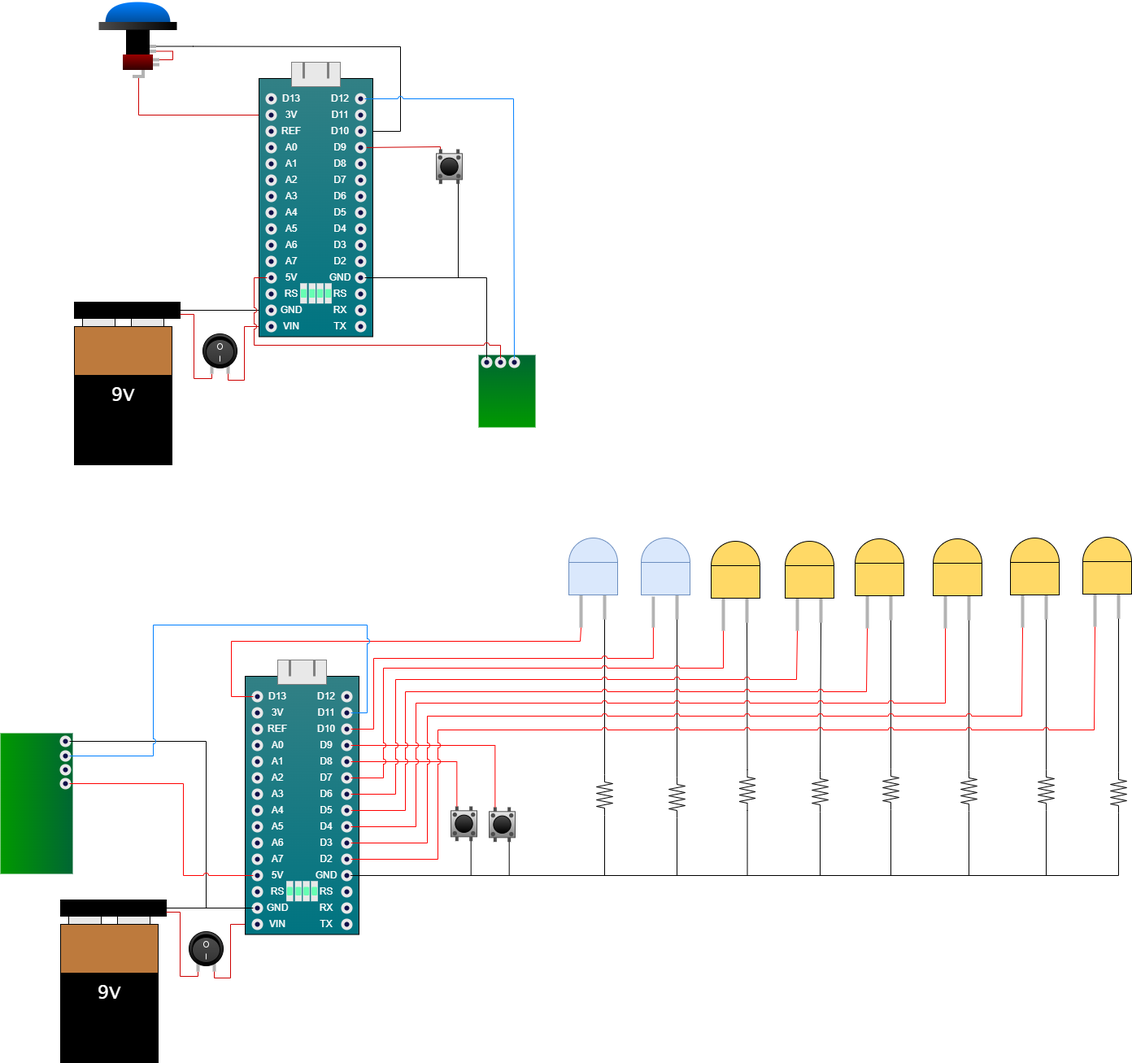
The draw.io diagram diagrams/graphical circuit diagram.png in andreasnicklaus/game-buzzers, before a commit. Source tidied: cells renumbered, new cells last; positions are measured from the earlier drawing's top-left corner, leaving out a move shared by most shapes.
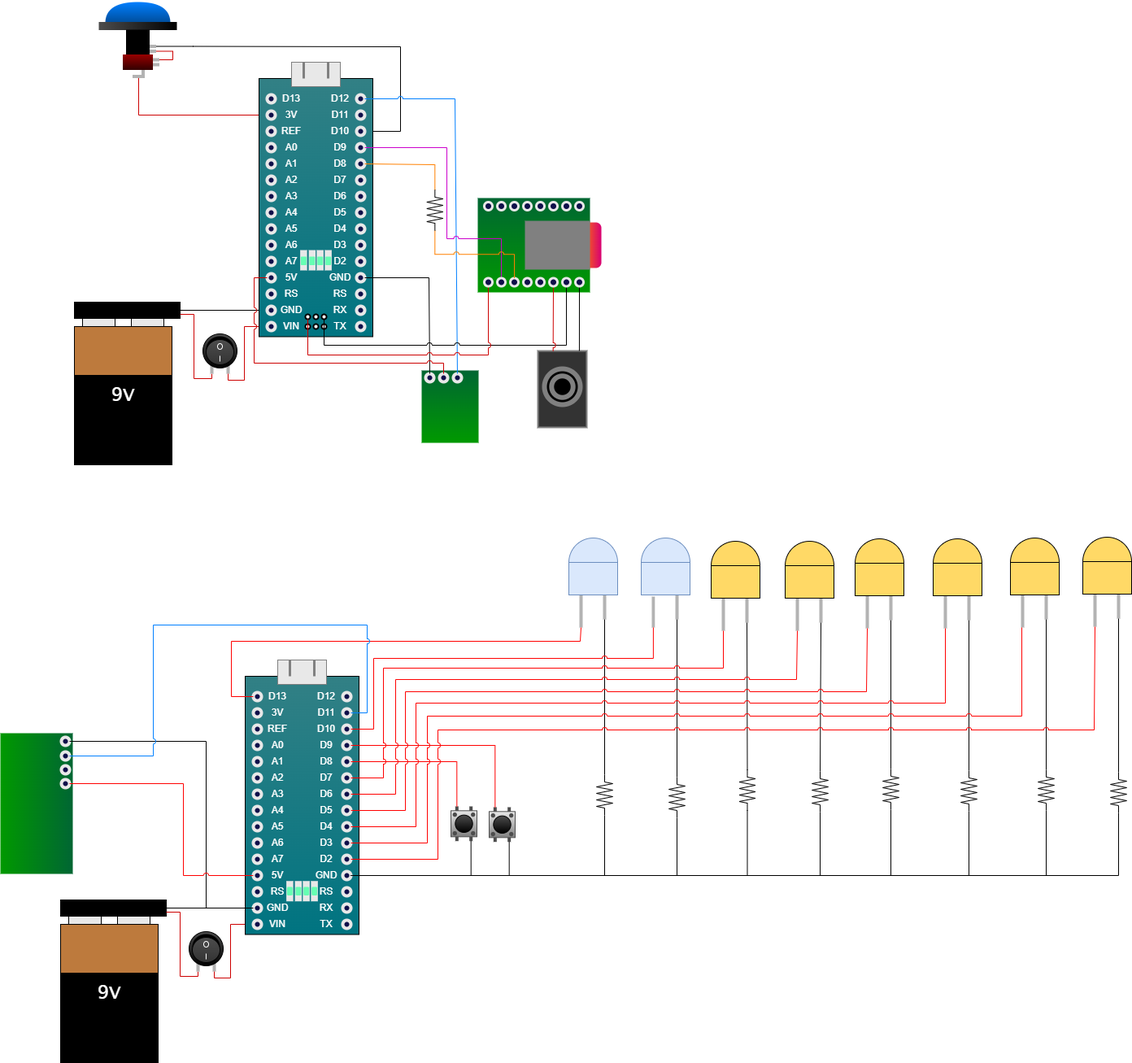
After the commit.

What changed in the source:
```diff
@@ -130,2 +130,5 @@
     </mxCell>
+    <mxCell id="326" style="rounded=0;whiteSpace=wrap;html=1;strokeColor=none;fillColor=#E8E8E8;rotation=90;" parent="33" vertex="1">
+      <mxGeometry x="72.6" y="279.2" width="25" height="8.5" as="geometry" />
+    </mxCell>
     <mxCell id="34" style="endArrow=none;html=1;rounded=0;entryX=0;entryY=0.75;entryDx=0;entryDy=0;strokeColor=#808080;strokeWidth=3;" parent="33" edge="1" target="36">
@@ -141,5 +144,2 @@
     </mxCell>
-    <mxCell id="37" style="rounded=0;whiteSpace=wrap;html=1;strokeColor=none;fillColor=#E8E8E8;rotation=90;" parent="33" vertex="1">
-      <mxGeometry x="72.6" y="280" width="25" height="8.5" as="geometry" />
-    </mxCell>
     <mxCell id="38" style="ellipse;whiteSpace=wrap;html=1;strokeColor=#E8E8E8;fillColor=#0F0F4A;strokeWidth=4;rotation=90;" parent="33" vertex="1">
@@ -192,10 +192,2 @@
     </mxCell>
-    <mxCell id="54" style="edgeStyle=orthogonalEdgeStyle;rounded=0;jettySize=auto;html=1;endArrow=none;endFill=0;strokeColor=#CC0000;" parent="33" edge="1" source="57">
-      <mxGeometry relative="1" as="geometry">
-        <mxPoint x="223" y="108" as="targetPoint" />
-        <Array as="points">
-          <mxPoint x="223" y="104" />
-        </Array>
-      </mxGeometry>
-    </mxCell>
     <mxCell id="55" style="ellipse;whiteSpace=wrap;html=1;strokeColor=#E8E8E8;fillColor=#0F0F4A;strokeWidth=4;rotation=90;" parent="33" vertex="1">
@@ -230,7 +222,2 @@
     </mxCell>
-    <mxCell id="65" style="edgeStyle=orthogonalEdgeStyle;rounded=0;jettySize=auto;html=1;endArrow=none;endFill=0;" parent="33" edge="1" source="66">
-      <mxGeometry relative="1" as="geometry">
-        <mxPoint x="245" y="148" as="targetPoint" />
-      </mxGeometry>
-    </mxCell>
     <mxCell id="66" style="ellipse;whiteSpace=wrap;html=1;strokeColor=#E8E8E8;fillColor=#0F0F4A;strokeWidth=4;rotation=90;" parent="33" vertex="1">
@@ -349,70 +336,49 @@
     </mxCell>
+    <mxCell id="327" style="group;" parent="33" vertex="1">
+      <mxGeometry x="50.6" y="231" width="38.8" height="25" as="geometry" />
+    </mxCell>
+    <mxCell id="37" style="rounded=0;whiteSpace=wrap;html=1;strokeColor=none;fillColor=#E8E8E8;rotation=90;" parent="327" vertex="1">
+      <mxGeometry x="22" y="8.2" width="25" height="8.5" as="geometry" />
+    </mxCell>
-    <mxCell id="102" style="rounded=1;whiteSpace=wrap;html=1;strokeColor=none;fillColor=#66FFB3;rotation=90;" parent="33" vertex="1">
-      <mxGeometry x="79.9" y="280.8" width="10.5" height="7" as="geometry" />
+    <mxCell id="102" style="rounded=1;whiteSpace=wrap;html=1;strokeColor=none;fillColor=#66FFB3;rotation=90;" parent="327" vertex="1">
+      <mxGeometry x="29.2" y="9.8" width="10.5" height="7" as="geometry" />
     </mxCell>
-    <mxCell id="103" style="rounded=0;whiteSpace=wrap;html=1;strokeColor=none;fillColor=#E8E8E8;rotation=90;" parent="33" vertex="1">
-      <mxGeometry x="62.6" y="280" width="25" height="8.5" as="geometry" />
-    </mxCell>
-    <mxCell id="104" style="rounded=1;whiteSpace=wrap;html=1;strokeColor=none;fillColor=#66FFB3;rotation=90;" parent="33" vertex="1">
-      <mxGeometry x="69.9" y="280.8" width="10.5" height="7" as="geometry" />
-    </mxCell>
-    <mxCell id="105" style="rounded=0;whiteSpace=wrap;html=1;strokeColor=none;fillColor=#E8E8E8;rotation=90;" parent="33" vertex="1">
-      <mxGeometry x="52.9" y="280" width="25" height="8.5" as="geometry" />
-    </mxCell>
-    <mxCell id="106" style="rounded=1;whiteSpace=wrap;html=1;strokeColor=none;fillColor=#66FFB3;rotation=90;" parent="33" vertex="1">
-      <mxGeometry x="60.1" y="280.8" width="10.5" height="7" as="geometry" />
-    </mxCell>
-    <mxCell id="107" style="rounded=0;whiteSpace=wrap;html=1;strokeColor=none;fillColor=#E8E8E8;rotation=90;" parent="33" vertex="1">
-      <mxGeometry x="42.4" y="280" width="25" height="8.5" as="geometry" />
-    </mxCell>
-    <mxCell id="108" style="rounded=1;whiteSpace=wrap;html=1;strokeColor=none;fillColor=#66FFB3;rotation=90;" parent="33" vertex="1">
-      <mxGeometry x="49.6" y="280.8" width="10.5" height="7" as="geometry" />
-    </mxCell>
-    <mxCell id="109" style="group;" parent="1" vertex="1">
-      <mxGeometry x="578" y="208" width="32" height="42.7" as="geometry" />
-    </mxCell>
-    <mxCell id="110" style="rounded=0;whiteSpace=wrap;html=1;gradientColor=#808080;fillColor=#E8E8E8;strokeColor=#4D4D4D;" parent="109" vertex="1">
-      <mxGeometry y="5.3" width="32" height="32" as="geometry" />
-    </mxCell>
-    <mxCell id="111" style="ellipse;whiteSpace=wrap;html=1;fillColor=#4D4D4D;gradientColor=default;" parent="109" vertex="1">
-      <mxGeometry x="5.3" y="10.7" width="21.3" height="21.3" as="geometry" />
-    </mxCell>
-    <mxCell id="112" style="ellipse;whiteSpace=wrap;html=1;fillColor=#4D4D4D;strokeColor=none;" parent="109" vertex="1">
-      <mxGeometry x="2.1" y="7.5" width="5.3" height="5.3" as="geometry" />
-    </mxCell>
-    <mxCell id="113" style="ellipse;whiteSpace=wrap;html=1;fillColor=#4D4D4D;strokeColor=none;" parent="109" vertex="1">
-      <mxGeometry x="2.1" y="30.4" width="5.3" height="5.3" as="geometry" />
-    </mxCell>
-    <mxCell id="114" style="ellipse;whiteSpace=wrap;html=1;fillColor=#4D4D4D;strokeColor=none;" parent="109" vertex="1">
-      <mxGeometry x="24.5" y="7.5" width="5.3" height="5.3" as="geometry" />
-    </mxCell>
-    <mxCell id="115" style="ellipse;whiteSpace=wrap;html=1;fillColor=#4D4D4D;strokeColor=none;" parent="109" vertex="1">
-      <mxGeometry x="24.5" y="30.4" width="5.3" height="5.3" as="geometry" />
-    </mxCell>
-    <mxCell id="116" style="endArrow=none;html=1;rounded=0;strokeColor=#4D4D4D;strokeWidth=4;" parent="109" edge="1">
-      <mxGeometry relative="1" as="geometry">
-        <mxPoint x="26.7" y="42.7" as="sourcePoint" />
-        <mxPoint x="26.7" y="37.3" as="targetPoint" />
-      </mxGeometry>
-    </mxCell>
-    <mxCell id="117" style="endArrow=none;html=1;rounded=0;strokeColor=#4D4D4D;strokeWidth=4;" parent="109" edge="1">
-      <mxGeometry relative="1" as="geometry">
-        <mxPoint x="5.3" y="42.7" as="sourcePoint" />
-        <mxPoint x="5.3" y="37.3" as="targetPoint" />
-      </mxGeometry>
-    </mxCell>
-    <mxCell id="118" style="endArrow=none;html=1;rounded=0;strokeColor=#4D4D4D;strokeWidth=4;" parent="109" edge="1">
-      <mxGeometry relative="1" as="geometry">
-        <mxPoint x="5.3" y="5.3" as="sourcePoint" />
-        <mxPoint x="5.3" as="targetPoint" />
-      </mxGeometry>
-    </mxCell>
-    <mxCell id="119" style="endArrow=none;html=1;rounded=0;strokeColor=#4D4D4D;strokeWidth=4;" parent="109" edge="1">
-      <mxGeometry relative="1" as="geometry">
-        <mxPoint x="26.7" y="5.3" as="sourcePoint" />
-        <mxPoint x="26.7" as="targetPoint" />
-      </mxGeometry>
-    </mxCell>
+    <mxCell id="328" style="rounded=0;whiteSpace=wrap;html=1;strokeColor=none;fillColor=#E8E8E8;rotation=90;" parent="327" vertex="1">
+      <mxGeometry x="-8.2" y="8.2" width="25" height="8.5" as="geometry" />
+    </mxCell>
+    <mxCell id="329" style="rounded=0;whiteSpace=wrap;html=1;strokeColor=none;fillColor=#E8E8E8;rotation=90;" parent="327" vertex="1">
+      <mxGeometry x="2.2" y="8.2" width="25" height="8.5" as="geometry" />
+    </mxCell>
+    <mxCell id="330" style="rounded=0;whiteSpace=wrap;html=1;strokeColor=none;fillColor=#E8E8E8;rotation=90;" parent="327" vertex="1">
+      <mxGeometry x="12" y="8.2" width="25" height="8.5" as="geometry" />
+    </mxCell>
+    <mxCell id="331" style="rounded=1;whiteSpace=wrap;html=1;strokeColor=none;fillColor=#66FFB3;rotation=90;" parent="327" vertex="1">
+      <mxGeometry x="-1" y="9.8" width="10.5" height="7" as="geometry" />
+    </mxCell>
+    <mxCell id="332" style="rounded=1;whiteSpace=wrap;html=1;strokeColor=none;fillColor=#66FFB3;rotation=90;" parent="327" vertex="1">
+      <mxGeometry x="9.5" y="9.8" width="10.5" height="7" as="geometry" />
+    </mxCell>
+    <mxCell id="333" style="rounded=1;whiteSpace=wrap;html=1;strokeColor=none;fillColor=#66FFB3;rotation=90;" parent="327" vertex="1">
+      <mxGeometry x="19.2" y="9.8" width="10.5" height="7" as="geometry" />
+    </mxCell>
+    <mxCell id="334" style="ellipse;whiteSpace=wrap;html=1;strokeWidth=2;" parent="33" vertex="1">
+      <mxGeometry x="57" y="310" width="6" height="6" as="geometry" />
+    </mxCell>
+    <mxCell id="335" style="ellipse;whiteSpace=wrap;html=1;strokeWidth=2;" parent="33" vertex="1">
+      <mxGeometry x="67" y="310" width="6" height="6" as="geometry" />
+    </mxCell>
+    <mxCell id="336" style="ellipse;whiteSpace=wrap;html=1;strokeWidth=2;" parent="33" vertex="1">
+      <mxGeometry x="77" y="310" width="6" height="6" as="geometry" />
+    </mxCell>
+    <mxCell id="337" style="ellipse;whiteSpace=wrap;html=1;strokeWidth=2;" parent="33" vertex="1">
+      <mxGeometry x="57" y="322" width="6" height="6" as="geometry" />
+    </mxCell>
+    <mxCell id="338" style="ellipse;whiteSpace=wrap;html=1;strokeWidth=2;" parent="33" vertex="1">
+      <mxGeometry x="67" y="322" width="6" height="6" as="geometry" />
+    </mxCell>
+    <mxCell id="339" style="ellipse;whiteSpace=wrap;html=1;strokeWidth=2;" parent="33" vertex="1">
+      <mxGeometry x="77" y="322" width="6" height="6" as="geometry" />
+    </mxCell>
     <mxCell id="120" style="group;rotation=-180;" parent="1" vertex="1">
-      <mxGeometry x="630" y="461" width="70" height="89" as="geometry" />
+      <mxGeometry x="560" y="480" width="70" height="89" as="geometry" />
     </mxCell>
@@ -433,3 +399,3 @@
         <Array as="points">
-          <mxPoint x="640" y="366" />
+          <mxPoint x="569" y="366" />
         </Array>
@@ -437,7 +403,7 @@
     </mxCell>
-    <mxCell id="126" style="edgeStyle=orthogonalEdgeStyle;rounded=0;jettySize=auto;html=1;endArrow=none;endFill=0;strokeColor=#CC0000;jumpStyle=arc;" parent="1" edge="1" source="123" target="49">
+    <mxCell id="126" style="edgeStyle=orthogonalEdgeStyle;rounded=0;jettySize=auto;html=1;endArrow=none;endFill=0;strokeColor=#CC0000;jumpStyle=arc;exitX=1;exitY=0.5;exitDx=0;exitDy=0;" parent="1" edge="1" source="123" target="49">
       <mxGeometry relative="1" as="geometry">
         <Array as="points">
-          <mxPoint x="657" y="449" />
-          <mxPoint x="354" y="449" />
+          <mxPoint x="587" y="471" />
+          <mxPoint x="354" y="471" />
           <mxPoint x="354" y="366" />
@@ -449,3 +415,3 @@
         <Array as="points">
-          <mxPoint x="673" y="146" />
+          <mxPoint x="601" y="146" />
         </Array>
@@ -1144,2 +1110,119 @@
     </mxCell>
+    <mxCell id="340" style="group;fillColor=#333333;" parent="1" vertex="1">
+      <mxGeometry x="703" y="456" width="60" height="94" as="geometry" />
+    </mxCell>
+    <mxCell id="341" style="rounded=0;whiteSpace=wrap;html=1;strokeWidth=2;fillColor=#333333;strokeColor=#808080;" parent="340" vertex="1">
+      <mxGeometry width="60" height="94" as="geometry" />
+    </mxCell>
+    <mxCell id="342" style="ellipse;shape=doubleEllipse;whiteSpace=wrap;html=1;strokeWidth=6;strokeColor=#808080;fillColor=#000000;" parent="340" vertex="1">
+      <mxGeometry x="8" y="22" width="44" height="44" as="geometry" />
+    </mxCell>
+    <mxCell id="343" style="rounded=0;whiteSpace=wrap;html=1;gradientColor=#006633;fillColor=#009900;strokeColor=none;rotation=-180;" parent="1" vertex="1">
+      <mxGeometry x="629" y="268" width="138" height="116" as="geometry" />
+    </mxCell>
+    <mxCell id="344" style="ellipse;whiteSpace=wrap;html=1;strokeColor=#E8E8E8;fillColor=#0F0F4A;strokeWidth=3;rotation=-90;" parent="1" vertex="1">
+      <mxGeometry x="669" y="273" width="10" height="10" as="geometry" />
+    </mxCell>
+    <mxCell id="345" style="ellipse;whiteSpace=wrap;html=1;strokeColor=#E8E8E8;fillColor=#0F0F4A;strokeWidth=3;rotation=-90;" parent="1" vertex="1">
+      <mxGeometry x="653" y="273" width="10" height="10" as="geometry" />
+    </mxCell>
+    <mxCell id="346" style="ellipse;whiteSpace=wrap;html=1;strokeColor=#E8E8E8;fillColor=#0F0F4A;strokeWidth=3;rotation=-90;" parent="1" vertex="1">
+      <mxGeometry x="637" y="273" width="10" height="10" as="geometry" />
+    </mxCell>
+    <mxCell id="347" style="ellipse;whiteSpace=wrap;html=1;strokeColor=#E8E8E8;fillColor=#0F0F4A;strokeWidth=3;rotation=-90;" parent="1" vertex="1">
+      <mxGeometry x="717" y="273" width="10" height="10" as="geometry" />
+    </mxCell>
+    <mxCell id="348" style="ellipse;whiteSpace=wrap;html=1;strokeColor=#E8E8E8;fillColor=#0F0F4A;strokeWidth=3;rotation=-90;" parent="1" vertex="1">
+      <mxGeometry x="685" y="273" width="10" height="10" as="geometry" />
+    </mxCell>
+    <mxCell id="349" style="ellipse;whiteSpace=wrap;html=1;strokeColor=#E8E8E8;fillColor=#0F0F4A;strokeWidth=3;rotation=-90;" parent="1" vertex="1">
+      <mxGeometry x="701" y="273" width="10" height="10" as="geometry" />
+    </mxCell>
+    <mxCell id="350" style="ellipse;whiteSpace=wrap;html=1;strokeColor=#E8E8E8;fillColor=#0F0F4A;strokeWidth=3;rotation=-90;" parent="1" vertex="1">
+      <mxGeometry x="733" y="273" width="10" height="10" as="geometry" />
+    </mxCell>
+    <mxCell id="351" style="ellipse;whiteSpace=wrap;html=1;strokeColor=#E8E8E8;fillColor=#0F0F4A;strokeWidth=3;rotation=-90;" parent="1" vertex="1">
+      <mxGeometry x="749" y="273" width="10" height="10" as="geometry" />
+    </mxCell>
+    <mxCell id="352" style="edgeStyle=orthogonalEdgeStyle;rounded=0;jumpStyle=arc;html=1;entryX=0.849;entryY=0;entryDx=0;entryDy=0;entryPerimeter=0;endArrow=none;endFill=0;endSize=6;" parent="1" edge="1" source="353" target="341">
+      <mxGeometry relative="1" as="geometry" />
+    </mxCell>
+    <mxCell id="353" style="ellipse;whiteSpace=wrap;html=1;strokeColor=#E8E8E8;fillColor=#0F0F4A;strokeWidth=3;rotation=-90;" parent="1" vertex="1">
+      <mxGeometry x="749" y="366.5" width="10" height="10" as="geometry" />
+    </mxCell>
+    <mxCell id="354" style="edgeStyle=orthogonalEdgeStyle;rounded=0;jumpStyle=arc;html=1;entryX=0.5;entryY=1;entryDx=0;entryDy=0;endArrow=none;endFill=0;endSize=6;" parent="1" edge="1" source="355" target="336">
+      <mxGeometry relative="1" as="geometry">
+        <Array as="points">
+          <mxPoint x="738" y="449" />
+          <mxPoint x="440" y="449" />
+        </Array>
+      </mxGeometry>
+    </mxCell>
+    <mxCell id="355" style="ellipse;whiteSpace=wrap;html=1;strokeColor=#E8E8E8;fillColor=#0F0F4A;strokeWidth=3;rotation=-90;" parent="1" vertex="1">
+      <mxGeometry x="733" y="366.5" width="10" height="10" as="geometry" />
+    </mxCell>
+    <mxCell id="356" style="edgeStyle=orthogonalEdgeStyle;rounded=0;jumpStyle=arc;html=1;entryX=0.311;entryY=0.002;entryDx=0;entryDy=0;entryPerimeter=0;strokeColor=#CC0000;endArrow=none;endFill=0;endSize=6;" parent="1" edge="1" source="357" target="341">
+      <mxGeometry relative="1" as="geometry" />
+    </mxCell>
+    <mxCell id="357" style="ellipse;whiteSpace=wrap;html=1;strokeColor=#E8E8E8;fillColor=#0F0F4A;strokeWidth=3;rotation=-90;" parent="1" vertex="1">
+      <mxGeometry x="717" y="366.5" width="10" height="10" as="geometry" />
+    </mxCell>
+    <mxCell id="358" style="ellipse;whiteSpace=wrap;html=1;strokeColor=#E8E8E8;fillColor=#0F0F4A;strokeWidth=3;rotation=-90;" parent="1" vertex="1">
+      <mxGeometry x="701" y="366.5" width="10" height="10" as="geometry" />
+    </mxCell>
+    <mxCell id="359" style="ellipse;whiteSpace=wrap;html=1;strokeColor=#E8E8E8;fillColor=#0F0F4A;strokeWidth=3;rotation=-90;" parent="1" vertex="1">
+      <mxGeometry x="685" y="366.5" width="10" height="10" as="geometry" />
+    </mxCell>
+    <mxCell id="360" style="edgeStyle=orthogonalEdgeStyle;rounded=0;jumpStyle=arc;html=1;entryX=0.5;entryY=0;entryDx=0;entryDy=0;strokeColor=#FF8000;endArrow=none;endFill=0;endSize=6;startArrow=none;" parent="1" edge="1" source="370" target="58">
+      <mxGeometry relative="1" as="geometry">
+        <Array as="points">
+          <mxPoint x="576" y="227" />
+          <mxPoint x="528" y="227" />
+          <mxPoint x="528" y="226" />
+        </Array>
+      </mxGeometry>
+    </mxCell>
+    <mxCell id="361" style="ellipse;whiteSpace=wrap;html=1;strokeColor=#E8E8E8;fillColor=#0F0F4A;strokeWidth=3;rotation=-90;" parent="1" vertex="1">
+      <mxGeometry x="669" y="366.5" width="10" height="10" as="geometry" />
+    </mxCell>
+    <mxCell id="362" style="edgeStyle=orthogonalEdgeStyle;rounded=0;jumpStyle=arc;html=1;entryX=0.5;entryY=0;entryDx=0;entryDy=0;strokeColor=#CC00CC;endArrow=none;endFill=0;endSize=6;" parent="1" edge="1" source="363" target="57">
+      <mxGeometry relative="1" as="geometry">
+        <Array as="points">
+          <mxPoint x="658" y="318" />
+          <mxPoint x="591" y="318" />
+          <mxPoint x="591" y="206" />
+        </Array>
+      </mxGeometry>
+    </mxCell>
+    <mxCell id="363" style="ellipse;whiteSpace=wrap;html=1;strokeColor=#E8E8E8;fillColor=#0F0F4A;strokeWidth=3;rotation=-90;" parent="1" vertex="1">
+      <mxGeometry x="653" y="366.5" width="10" height="10" as="geometry" />
+    </mxCell>
+    <mxCell id="364" style="edgeStyle=orthogonalEdgeStyle;html=1;strokeColor=#CC0000;endArrow=none;endFill=0;endSize=6;rounded=0;exitX=0;exitY=0.5;exitDx=0;exitDy=0;jumpStyle=arc;entryX=0.5;entryY=1;entryDx=0;entryDy=0;fillColor=#d80073;" parent="1" edge="1" source="365" target="334">
+      <mxGeometry relative="1" as="geometry">
+        <Array as="points">
+          <mxPoint x="642" y="461" />
+          <mxPoint x="420" y="461" />
+        </Array>
+      </mxGeometry>
+    </mxCell>
+    <mxCell id="365" style="ellipse;whiteSpace=wrap;html=1;strokeColor=#E8E8E8;fillColor=#0F0F4A;strokeWidth=3;rotation=-90;" parent="1" vertex="1">
+      <mxGeometry x="637" y="366.5" width="10" height="10" as="geometry" />
+    </mxCell>
+    <mxCell id="366" style="endArrow=none;html=1;" parent="1" edge="1" source="368">
+      <mxGeometry relative="1" as="geometry">
+        <mxPoint x="731" y="296" as="targetPoint" />
+      </mxGeometry>
+    </mxCell>
+    <mxCell id="367" style="rounded=1;whiteSpace=wrap;html=1;strokeColor=none;strokeWidth=3;fillColor=#d80073;fontColor=#ffffff;glass=0;arcSize=27;gradientColor=#FF8000;gradientDirection=west;" parent="1" vertex="1">
+      <mxGeometry x="756" y="298" width="25" height="56" as="geometry" />
+    </mxCell>
+    <mxCell id="368" style="rounded=0;whiteSpace=wrap;html=1;strokeColor=none;strokeWidth=3;fillColor=#808080;" parent="1" vertex="1">
+      <mxGeometry x="687" y="296" width="80" height="60" as="geometry" />
+    </mxCell>
+    <mxCell id="369" style="edgeStyle=orthogonalEdgeStyle;rounded=0;jumpStyle=arc;html=1;entryX=1;entryY=0.5;entryDx=0;entryDy=0;strokeColor=#FF8000;endArrow=none;endFill=0;endSize=6;exitX=0;exitY=0.5;exitDx=0;exitDy=0;exitPerimeter=0;" parent="1" edge="1" source="370" target="361">
+      <mxGeometry relative="1" as="geometry" />
+    </mxCell>
+    <mxCell id="370" style="verticalLabelPosition=bottom;shadow=0;dashed=0;align=center;html=1;verticalAlign=top;shape=mxgraph.electrical.resistors.resistor_2;rotation=-90;" parent="1" vertex="1">
+      <mxGeometry x="551.3" y="273" width="50" height="20" as="geometry" />
+    </mxCell>
   </root>
```
